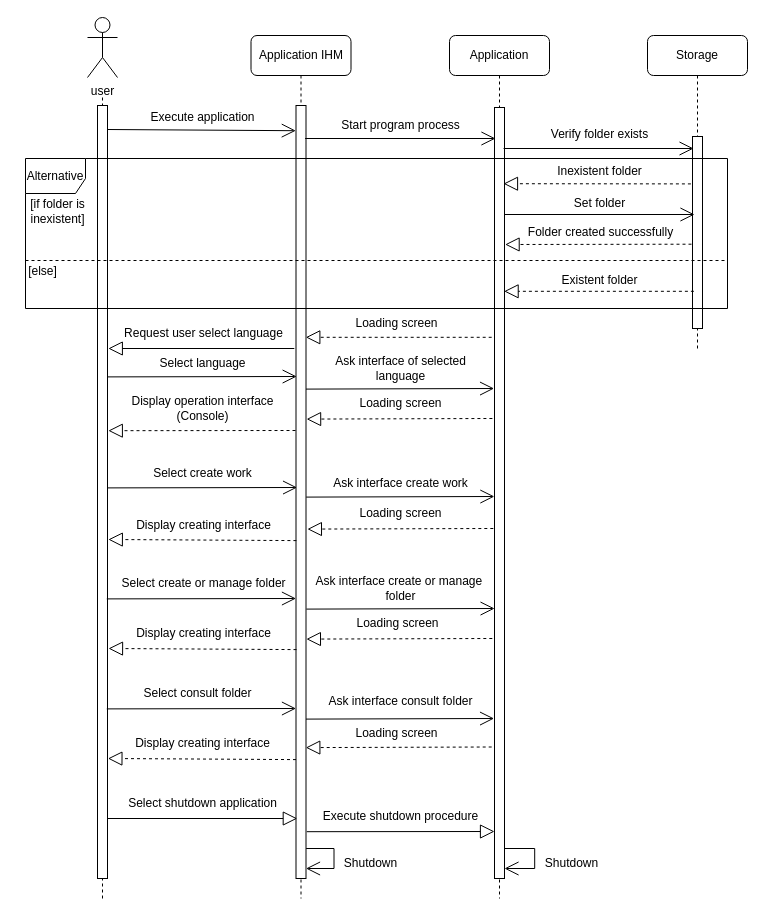
The draw.io diagram console diagram.drawio in Weicheng178/UML, before the edit. Source tidied: cells renumbered, new cells numbered last; positions are measured from the earlier drawing's top-left corner, leaving out a move shared by most shapes. Both pictures are drawn from the tidied source at 100%, with x=0, y=0 at pixel (17, 17).
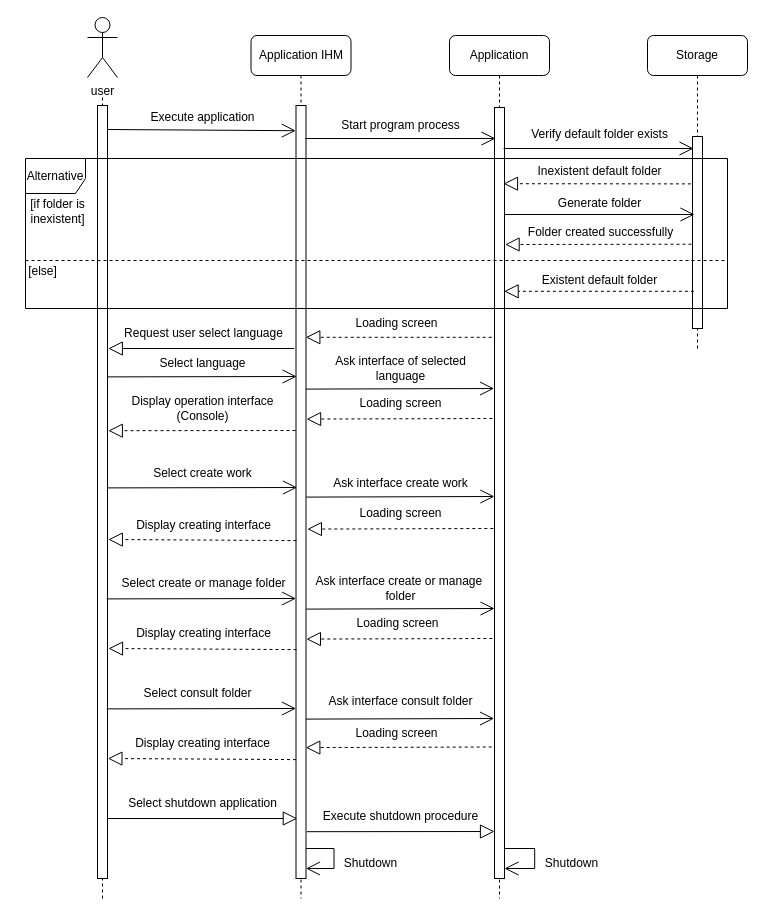
Above is the later version.

What changed in the source:
```diff
@@
-    <mxCell id="20" value="Verify folder exists" style="text;html=1;align=center;verticalAlign=middle;strokeColor=none;fillColor=none;rounded=1;" parent="1" vertex="1">
-      <mxGeometry x="521.5" y="102" width="120" height="30" as="geometry" />
+    <mxCell id="20" value="Verify default folder exists" style="text;html=1;align=center;verticalAlign=middle;strokeColor=none;fillColor=none;rounded=1;" parent="1" vertex="1">
+      <mxGeometry x="501.5" y="102" width="160" height="30" as="geometry" />
     </mxCell>
@@
-    <mxCell id="25" value="Inexistent folder" style="text;html=1;align=center;verticalAlign=middle;strokeColor=none;fillColor=none;rounded=1;" parent="1" vertex="1">
-      <mxGeometry x="527" y="139.2" width="110" height="30" as="geometry" />
+    <mxCell id="25" value="Inexistent default folder" style="text;html=1;align=center;verticalAlign=middle;strokeColor=none;fillColor=none;rounded=1;" parent="1" vertex="1">
+      <mxGeometry x="507" y="139.2" width="150" height="30" as="geometry" />
     </mxCell>
@@
-    <mxCell id="27" value="Set folder" style="text;html=1;align=center;verticalAlign=middle;strokeColor=none;fillColor=none;rounded=1;" parent="1" vertex="1">
-      <mxGeometry x="547.4" y="171" width="70" height="30" as="geometry" />
+    <mxCell id="27" value="Generate folder" style="text;html=1;align=center;verticalAlign=middle;strokeColor=none;fillColor=none;rounded=1;" parent="1" vertex="1">
+      <mxGeometry x="527.4" y="171" width="110" height="30" as="geometry" />
     </mxCell>
-    <mxCell id="28" value="Existent folder" style="text;html=1;align=center;verticalAlign=middle;strokeColor=none;fillColor=none;rounded=1;" parent="1" vertex="1">
-      <mxGeometry x="531.5" y="248" width="100" height="30" as="geometry" />
+    <mxCell id="28" value="Existent default folder" style="text;html=1;align=center;verticalAlign=middle;strokeColor=none;fillColor=none;rounded=1;" parent="1" vertex="1">
+      <mxGeometry x="511.5" y="248" width="140" height="30" as="geometry" />
     </mxCell>
```
